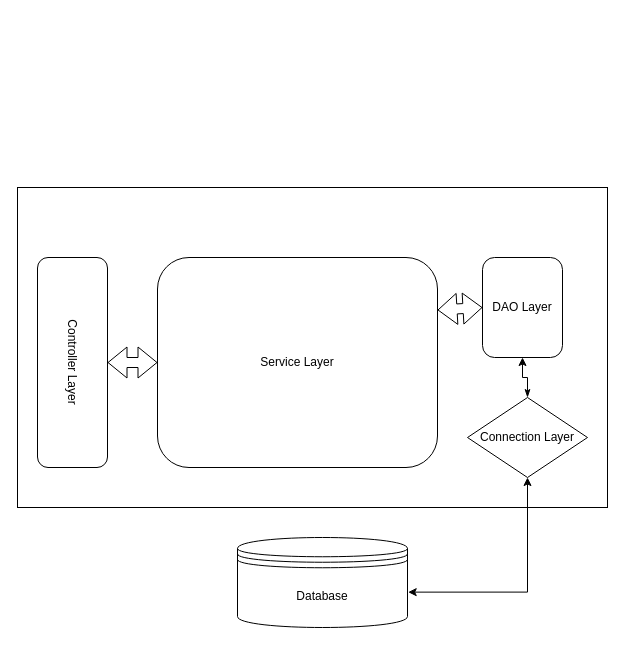
shrikrishna-ghorpade/Microservices-Architecture keeps this draw.io diagram as SpringBootMicroserviceInternalWorking.drawio. Above is the earlier version. Source tidied: cells renumbered, new cells numbered last; positions are measured from the earlier drawing's top-left corner, leaving out a move shared by most shapes. Both pictures are drawn from the tidied source at 100%, with x=0, y=0 at pixel (-33, 187).
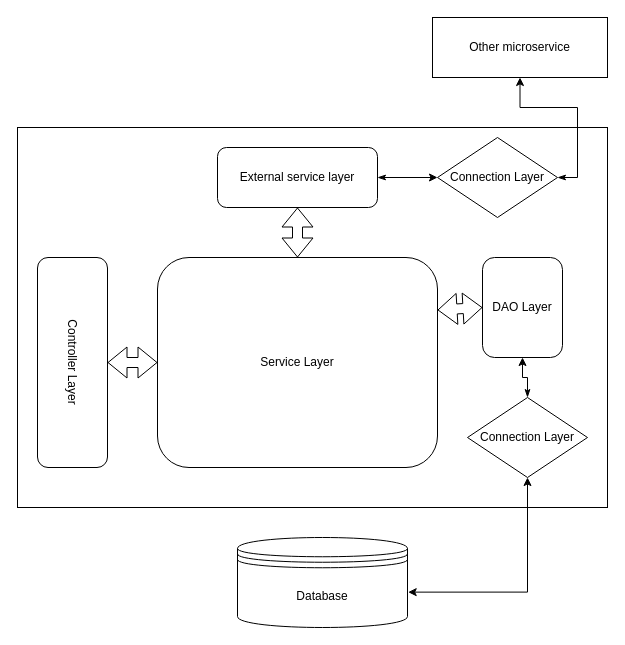
The same diagram, later.

The edit, as a diff of the source:
```diff
@@
 <mxGraphModel>
   <root>
     <mxCell id="0" />
     <mxCell id="1" parent="0" />
     <mxCell id="2" style="rounded=0;whiteSpace=wrap;html=1;" parent="1" vertex="1">
-      <mxGeometry x="50" width="590" height="320" as="geometry" />
+      <mxGeometry x="50" y="-60" width="590" height="380" as="geometry" />
     </mxCell>
     <mxCell id="3" value="Controller Layer" style="rounded=1;whiteSpace=wrap;html=1;rotation=90;" parent="1" vertex="1">
       <mxGeometry y="140" width="210" height="70" as="geometry" />
     </mxCell>
     <mxCell id="4" value="Service Layer" style="rounded=1;whiteSpace=wrap;html=1;" parent="1" vertex="1">
       <mxGeometry x="190" y="70" width="280" height="210" as="geometry" />
     </mxCell>
     <mxCell id="5" value="DAO Layer" style="rounded=1;whiteSpace=wrap;html=1;" parent="1" vertex="1">
       <mxGeometry x="515" y="70" width="80" height="100" as="geometry" />
     </mxCell>
     <mxCell id="6" style="shape=flexArrow;endArrow=classic;startArrow=classic;html=1;rounded=0;entryX=0;entryY=0.5;entryDx=0;entryDy=0;" parent="1" edge="1" source="3" target="4">
       <mxGeometry relative="1" as="geometry" />
     </mxCell>
     <mxCell id="7" style="shape=flexArrow;endArrow=classic;startArrow=classic;html=1;rounded=0;entryX=0;entryY=0.5;entryDx=0;entryDy=0;exitX=1;exitY=0.25;exitDx=0;exitDy=0;" parent="1" edge="1" source="4" target="5">
       <mxGeometry relative="1" as="geometry" />
     </mxCell>
     <mxCell id="8" value="Database" style="shape=datastore;whiteSpace=wrap;html=1;" parent="1" vertex="1">
       <mxGeometry x="270" y="350" width="170" height="90" as="geometry" />
     </mxCell>
     <mxCell id="9" style="edgeStyle=orthogonalEdgeStyle;rounded=0;jettySize=auto;html=1;startArrow=classicThin;startFill=1;" parent="1" edge="1" source="11" target="5">
       <mxGeometry relative="1" as="geometry" />
     </mxCell>
     <mxCell id="10" style="edgeStyle=orthogonalEdgeStyle;rounded=0;jettySize=auto;html=1;entryX=1.004;entryY=0.607;entryDx=0;entryDy=0;entryPerimeter=0;startArrow=classic;startFill=1;" parent="1" edge="1" source="11" target="8">
       <mxGeometry relative="1" as="geometry">
         <Array as="points">
           <mxPoint x="560" y="405" />
         </Array>
       </mxGeometry>
     </mxCell>
     <mxCell id="11" value="Connection Layer" style="rhombus;whiteSpace=wrap;html=1;" parent="1" vertex="1">
       <mxGeometry x="500" y="210" width="120" height="80" as="geometry" />
     </mxCell>
+    <mxCell id="12" value="External service layer" style="rounded=1;whiteSpace=wrap;html=1;" parent="1" vertex="1">
+      <mxGeometry x="250" y="-40" width="160" height="60" as="geometry" />
+    </mxCell>
+    <mxCell id="13" style="shape=flexArrow;endArrow=classic;startArrow=classic;html=1;rounded=0;entryX=0.5;entryY=1;entryDx=0;entryDy=0;exitX=0.5;exitY=0;exitDx=0;exitDy=0;" parent="1" edge="1" source="4" target="12">
+      <mxGeometry relative="1" as="geometry" />
+    </mxCell>
+    <mxCell id="14" value="Connection Layer" style="rhombus;whiteSpace=wrap;html=1;" parent="1" vertex="1">
+      <mxGeometry x="470" y="-50" width="120" height="80" as="geometry" />
+    </mxCell>
+    <mxCell id="15" style="edgeStyle=orthogonalEdgeStyle;rounded=0;jettySize=auto;html=1;startArrow=classicThin;startFill=1;entryX=0;entryY=0.5;entryDx=0;entryDy=0;" parent="1" edge="1" source="12" target="14">
+      <mxGeometry relative="1" as="geometry" />
+    </mxCell>
+    <mxCell id="16" style="edgeStyle=orthogonalEdgeStyle;rounded=0;jettySize=auto;html=1;startArrow=classicThin;startFill=1;exitX=1;exitY=0.5;exitDx=0;exitDy=0;entryX=0.5;entryY=1;entryDx=0;entryDy=0;" parent="1" edge="1" source="14" target="17">
+      <mxGeometry relative="1" as="geometry" />
+    </mxCell>
+    <mxCell id="17" value="Other microservice" style="rounded=0;whiteSpace=wrap;html=1;" parent="1" vertex="1">
+      <mxGeometry x="465" y="-170" width="175" height="60" as="geometry" />
+    </mxCell>
   </root>
 </mxGraphModel>
```
